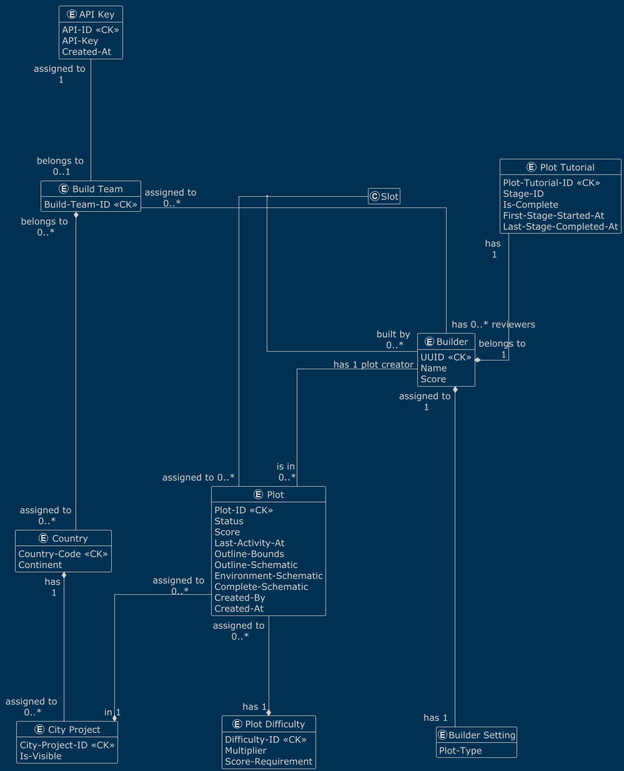
Before: conceptual-db.png, a diagram exported from PlantUML (AlpsBTE/Plot-System-DB).
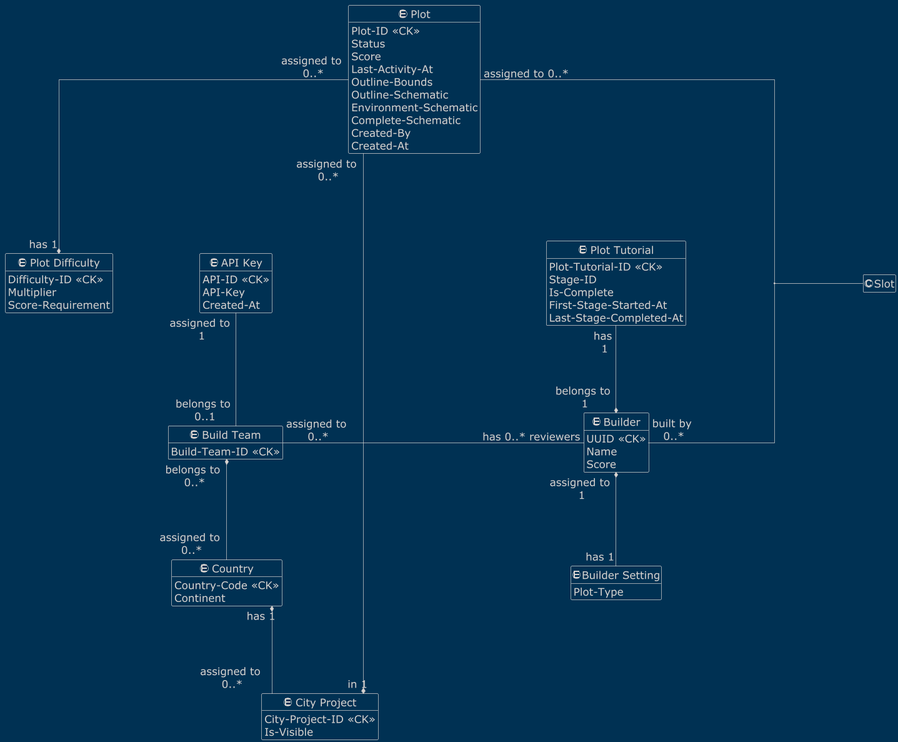
The same diagram one commit later.

Commit message:
remove unnecessary relation in conceptual-db.puml

What changed in the source:
```diff
@@ -1,7 +1,7 @@
 @startuml
 skinparam nodesep 200
 skinparam ranksep 200
-skinparam defaultFontSize 18
+skinparam defaultFontSize 24
 
 skinparam linetype ortho
 
@@ -68,12 +68,11 @@
 api_key "assigned to \n1" -- "belongs to \n0..1" build_team
 
 build_team "belongs to \n0..*" *-- "assigned to \n0..*" country
-build_team "assigned to \n0..*" -- "has 0..* reviewers" builder
+build_team "assigned to \n0..*" - "has 0..* reviewers" builder
 
-country "has \n1" *-- "assigned to \n0..*" city_project
+country "has 1" *-- "assigned to \n0..*" city_project
 
-builder "has 1 plot creator" -- "is in \n0..*" plot
-builder "assigned to \n1" *--- "has 1" builder_setting
+builder "assigned to \n1" *-- "has 1" builder_setting
 
 plot "assigned to 0..*" -- "built by \n0..*" builder
 (builder, plot) -- "Slot"
```
